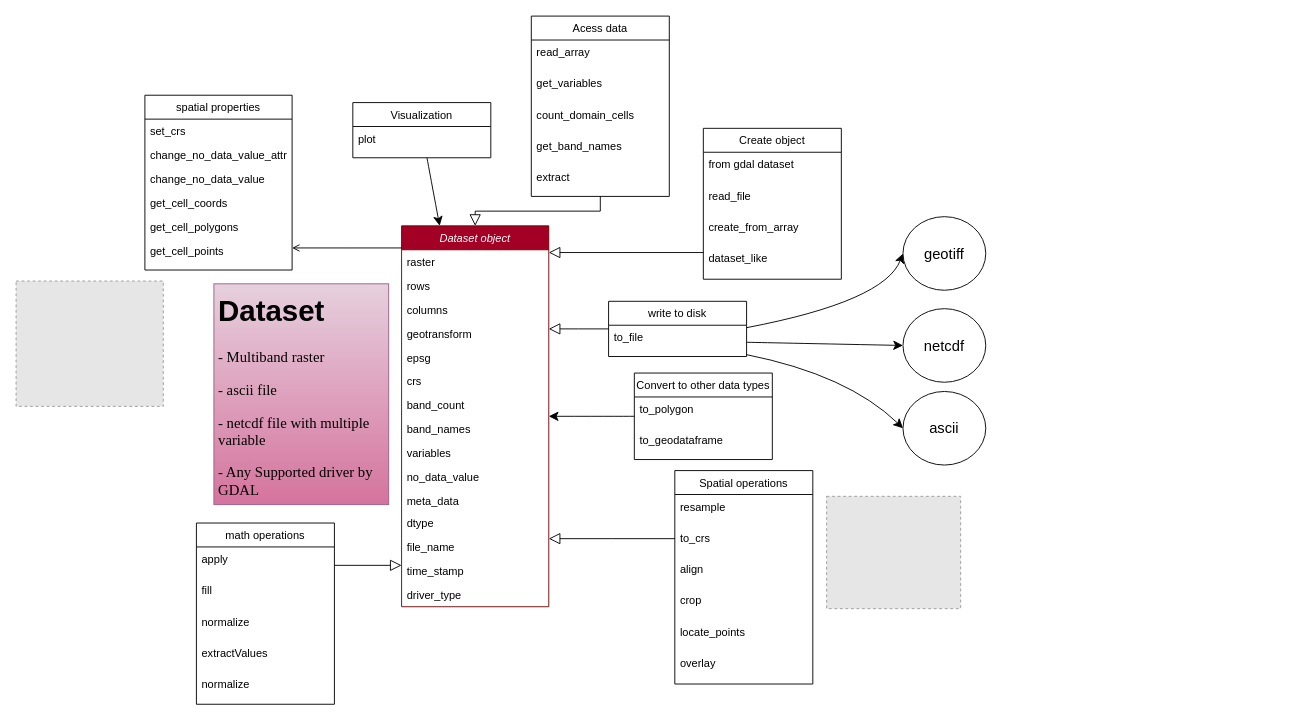
Serapieum-of-alex/pyramids keeps this draw.io diagram as page "dataset" (3 of 3) of docs/pyramids.drawio. Above is the earlier version. Source tidied: cells renumbered, new cells numbered last; positions are measured from the earlier drawing's top-left corner, leaving out a move shared by most shapes. Both pictures are drawn from the tidied source at 92%, with x=0, y=0 at pixel (16, 16). Pictures stored in the file or linked from it are replaced by grey dashed boxes.
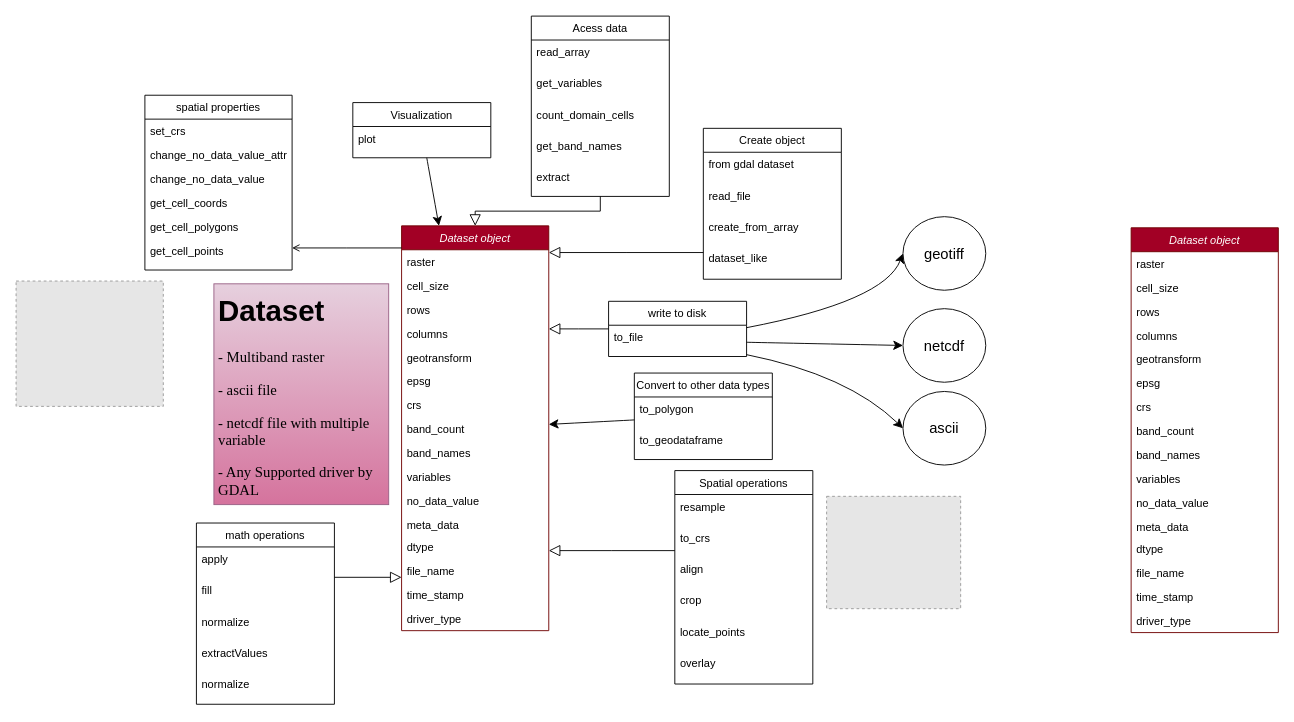
After the change.

The edit, as a diff of the source:
```diff
@@
     <mxCell id="2" value="Dataset object" style="swimlane;fontStyle=2;align=center;verticalAlign=top;horizontal=1;startSize=26;rounded=0;shadow=0;strokeWidth=1;fillColor=#a20025;fontColor=#ffffff;strokeColor=#6F0000;" parent="1" vertex="1">
-      <mxGeometry x="419" y="228" width="160" height="414" as="geometry" />
+      <mxGeometry x="419" y="228" width="160" height="440" as="geometry" />
     </mxCell>
@@
+    <mxCell id="74" value="cell_size" style="text;align=left;verticalAlign=top;spacingLeft=4;spacingRight=4;overflow=hidden;rounded=0;shadow=0;html=0;" parent="2" vertex="1">
+      <mxGeometry y="52" width="160" height="26" as="geometry" />
+    </mxCell>
     <mxCell id="4" value="rows" style="text;align=left;verticalAlign=top;spacingLeft=4;spacingRight=4;overflow=hidden;rounded=0;shadow=0;html=0;" parent="2" vertex="1">
-      <mxGeometry y="52" width="160" height="26" as="geometry" />
+      <mxGeometry y="78" width="160" height="26" as="geometry" />
     </mxCell>
     <mxCell id="5" value="columns" style="text;align=left;verticalAlign=top;spacingLeft=4;spacingRight=4;overflow=hidden;rounded=0;shadow=0;html=0;" parent="2" vertex="1">
-      <mxGeometry y="78" width="160" height="26" as="geometry" />
+      <mxGeometry y="104" width="160" height="26" as="geometry" />
     </mxCell>
     <mxCell id="6" value="geotransform" style="text;align=left;verticalAlign=top;spacingLeft=4;spacingRight=4;overflow=hidden;rounded=0;shadow=0;html=0;" parent="2" vertex="1">
-      <mxGeometry y="104" width="160" height="26" as="geometry" />
+      <mxGeometry y="130" width="160" height="26" as="geometry" />
     </mxCell>
     <mxCell id="7" value="epsg" style="text;align=left;verticalAlign=top;spacingLeft=4;spacingRight=4;overflow=hidden;rounded=0;shadow=0;html=0;" parent="2" vertex="1">
-      <mxGeometry y="130" width="160" height="26" as="geometry" />
+      <mxGeometry y="156" width="160" height="26" as="geometry" />
     </mxCell>
     <mxCell id="8" value="crs" style="text;align=left;verticalAlign=top;spacingLeft=4;spacingRight=4;overflow=hidden;rounded=0;shadow=0;html=0;" parent="2" vertex="1">
-      <mxGeometry y="156" width="160" height="26" as="geometry" />
+      <mxGeometry y="182" width="160" height="26" as="geometry" />
     </mxCell>
     <mxCell id="9" value="band_count" style="text;align=left;verticalAlign=top;spacingLeft=4;spacingRight=4;overflow=hidden;rounded=0;shadow=0;html=0;" parent="2" vertex="1">
-      <mxGeometry y="182" width="160" height="26" as="geometry" />
+      <mxGeometry y="208" width="160" height="26" as="geometry" />
     </mxCell>
     <mxCell id="10" value="band_names" style="text;align=left;verticalAlign=top;spacingLeft=4;spacingRight=4;overflow=hidden;rounded=0;shadow=0;html=0;" parent="2" vertex="1">
-      <mxGeometry y="208" width="160" height="26" as="geometry" />
+      <mxGeometry y="234" width="160" height="26" as="geometry" />
     </mxCell>
     <mxCell id="11" value="variables" style="text;align=left;verticalAlign=top;spacingLeft=4;spacingRight=4;overflow=hidden;rounded=0;shadow=0;html=0;" parent="2" vertex="1">
-      <mxGeometry y="234" width="160" height="26" as="geometry" />
+      <mxGeometry y="260" width="160" height="26" as="geometry" />
     </mxCell>
     <mxCell id="12" value="no_data_value" style="text;align=left;verticalAlign=top;spacingLeft=4;spacingRight=4;overflow=hidden;rounded=0;shadow=0;html=0;" parent="2" vertex="1">
-      <mxGeometry y="260" width="160" height="26" as="geometry" />
+      <mxGeometry y="286" width="160" height="26" as="geometry" />
     </mxCell>
     <mxCell id="13" value="meta_data" style="text;align=left;verticalAlign=top;spacingLeft=4;spacingRight=4;overflow=hidden;rounded=0;shadow=0;html=0;" parent="2" vertex="1">
-      <mxGeometry y="286" width="160" height="24" as="geometry" />
+      <mxGeometry y="312" width="160" height="24" as="geometry" />
     </mxCell>
     <mxCell id="14" value="dtype" style="text;align=left;verticalAlign=top;spacingLeft=4;spacingRight=4;overflow=hidden;rounded=0;shadow=0;html=0;" parent="2" vertex="1">
-      <mxGeometry y="310" width="160" height="26" as="geometry" />
+      <mxGeometry y="336" width="160" height="26" as="geometry" />
     </mxCell>
     <mxCell id="15" value="file_name" style="text;align=left;verticalAlign=top;spacingLeft=4;spacingRight=4;overflow=hidden;rounded=0;shadow=0;html=0;" parent="2" vertex="1">
-      <mxGeometry y="336" width="160" height="26" as="geometry" />
+      <mxGeometry y="362" width="160" height="26" as="geometry" />
     </mxCell>
     <mxCell id="16" value="time_stamp" style="text;align=left;verticalAlign=top;spacingLeft=4;spacingRight=4;overflow=hidden;rounded=0;shadow=0;html=0;" parent="2" vertex="1">
-      <mxGeometry y="362" width="160" height="26" as="geometry" />
+      <mxGeometry y="388" width="160" height="26" as="geometry" />
     </mxCell>
     <mxCell id="17" value="driver_type" style="text;align=left;verticalAlign=top;spacingLeft=4;spacingRight=4;overflow=hidden;rounded=0;shadow=0;html=0;" parent="2" vertex="1">
-      <mxGeometry y="388" width="160" height="26" as="geometry" />
+      <mxGeometry y="414" width="160" height="26" as="geometry" />
     </mxCell>
@@
+    <mxCell id="75" value="Dataset object" style="swimlane;fontStyle=2;align=center;verticalAlign=top;horizontal=1;startSize=26;rounded=0;shadow=0;strokeWidth=1;fillColor=#a20025;fontColor=#ffffff;strokeColor=#6F0000;" parent="1" vertex="1">
+      <mxGeometry x="1212" y="230.1" width="160" height="440" as="geometry" />
+    </mxCell>
+    <mxCell id="76" value="raster" style="text;align=left;verticalAlign=top;spacingLeft=4;spacingRight=4;overflow=hidden;" parent="75" vertex="1">
+      <mxGeometry y="26" width="160" height="26" as="geometry" />
+    </mxCell>
+    <mxCell id="77" value="cell_size" style="text;align=left;verticalAlign=top;spacingLeft=4;spacingRight=4;overflow=hidden;rounded=0;shadow=0;html=0;" parent="75" vertex="1">
+      <mxGeometry y="52" width="160" height="26" as="geometry" />
+    </mxCell>
+    <mxCell id="78" value="rows" style="text;align=left;verticalAlign=top;spacingLeft=4;spacingRight=4;overflow=hidden;rounded=0;shadow=0;html=0;" parent="75" vertex="1">
+      <mxGeometry y="78" width="160" height="26" as="geometry" />
+    </mxCell>
+    <mxCell id="79" value="columns" style="text;align=left;verticalAlign=top;spacingLeft=4;spacingRight=4;overflow=hidden;rounded=0;shadow=0;html=0;" parent="75" vertex="1">
+      <mxGeometry y="104" width="160" height="26" as="geometry" />
+    </mxCell>
+    <mxCell id="80" value="geotransform" style="text;align=left;verticalAlign=top;spacingLeft=4;spacingRight=4;overflow=hidden;rounded=0;shadow=0;html=0;" parent="75" vertex="1">
+      <mxGeometry y="130" width="160" height="26" as="geometry" />
+    </mxCell>
+    <mxCell id="81" value="epsg" style="text;align=left;verticalAlign=top;spacingLeft=4;spacingRight=4;overflow=hidden;rounded=0;shadow=0;html=0;" parent="75" vertex="1">
+      <mxGeometry y="156" width="160" height="26" as="geometry" />
+    </mxCell>
+    <mxCell id="82" value="crs" style="text;align=left;verticalAlign=top;spacingLeft=4;spacingRight=4;overflow=hidden;rounded=0;shadow=0;html=0;" parent="75" vertex="1">
+      <mxGeometry y="182" width="160" height="26" as="geometry" />
+    </mxCell>
+    <mxCell id="83" value="band_count" style="text;align=left;verticalAlign=top;spacingLeft=4;spacingRight=4;overflow=hidden;rounded=0;shadow=0;html=0;" parent="75" vertex="1">
+      <mxGeometry y="208" width="160" height="26" as="geometry" />
+    </mxCell>
+    <mxCell id="84" value="band_names" style="text;align=left;verticalAlign=top;spacingLeft=4;spacingRight=4;overflow=hidden;rounded=0;shadow=0;html=0;" parent="75" vertex="1">
+      <mxGeometry y="234" width="160" height="26" as="geometry" />
+    </mxCell>
+    <mxCell id="85" value="variables" style="text;align=left;verticalAlign=top;spacingLeft=4;spacingRight=4;overflow=hidden;rounded=0;shadow=0;html=0;" parent="75" vertex="1">
+      <mxGeometry y="260" width="160" height="26" as="geometry" />
+    </mxCell>
+    <mxCell id="86" value="no_data_value" style="text;align=left;verticalAlign=top;spacingLeft=4;spacingRight=4;overflow=hidden;rounded=0;shadow=0;html=0;" parent="75" vertex="1">
+      <mxGeometry y="286" width="160" height="26" as="geometry" />
+    </mxCell>
+    <mxCell id="87" value="meta_data" style="text;align=left;verticalAlign=top;spacingLeft=4;spacingRight=4;overflow=hidden;rounded=0;shadow=0;html=0;" parent="75" vertex="1">
+      <mxGeometry y="312" width="160" height="24" as="geometry" />
+    </mxCell>
+    <mxCell id="88" value="dtype" style="text;align=left;verticalAlign=top;spacingLeft=4;spacingRight=4;overflow=hidden;rounded=0;shadow=0;html=0;" parent="75" vertex="1">
+      <mxGeometry y="336" width="160" height="26" as="geometry" />
+    </mxCell>
+    <mxCell id="89" value="file_name" style="text;align=left;verticalAlign=top;spacingLeft=4;spacingRight=4;overflow=hidden;rounded=0;shadow=0;html=0;" parent="75" vertex="1">
+      <mxGeometry y="362" width="160" height="26" as="geometry" />
+    </mxCell>
+    <mxCell id="90" value="time_stamp" style="text;align=left;verticalAlign=top;spacingLeft=4;spacingRight=4;overflow=hidden;rounded=0;shadow=0;html=0;" parent="75" vertex="1">
+      <mxGeometry y="388" width="160" height="26" as="geometry" />
+    </mxCell>
+    <mxCell id="91" value="driver_type" style="text;align=left;verticalAlign=top;spacingLeft=4;spacingRight=4;overflow=hidden;rounded=0;shadow=0;html=0;" parent="75" vertex="1">
+      <mxGeometry y="414" width="160" height="26" as="geometry" />
+    </mxCell>
```
